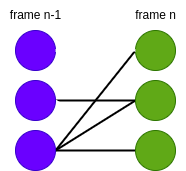
Earlier version of the draw.io export readmeFiles/graph.png (Krawus/SIwR-pedestrian-tracking). Source tidied: cells renumbered, new cells last; positions are measured from the earlier drawing's top-left corner, leaving out a move shared by most shapes.
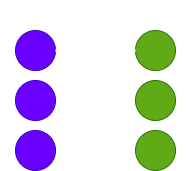
After the commit.

The edit, as a diff of the source:
```diff
@@ -14,7 +14,7 @@
     <mxCell id="5" style="rounded=0;jettySize=auto;html=1;exitX=1;exitY=0.5;exitDx=0;exitDy=0;entryX=0;entryY=0.5;entryDx=0;entryDy=0;strokeWidth=2;endArrow=none;endFill=0;strokeColor=#FFFFFF;" parent="1" edge="1" source="8" target="13">
       <mxGeometry relative="1" as="geometry" />
     </mxCell>
-    <mxCell id="6" style="rounded=0;jettySize=auto;html=1;entryX=0;entryY=0.5;entryDx=0;entryDy=0;strokeWidth=2;endArrow=none;endFill=0;" parent="1" edge="1" source="8" target="14">
+    <mxCell id="6" style="rounded=0;jettySize=auto;html=1;entryX=0;entryY=0.5;entryDx=0;entryDy=0;strokeWidth=2;endArrow=none;endFill=0;strokeColor=#FFFFFF;" parent="1" edge="1" source="8" target="14">
       <mxGeometry relative="1" as="geometry" />
     </mxCell>
     <mxCell id="7" style="rounded=0;jettySize=auto;html=1;entryX=0;entryY=0.5;entryDx=0;entryDy=0;strokeWidth=2;endArrow=none;endFill=0;exitX=1;exitY=0.5;exitDx=0;exitDy=0;strokeColor=#FFFFFF;" parent="1" edge="1" source="8" target="15">
@@ -23,13 +23,13 @@
     <mxCell id="8" style="ellipse;whiteSpace=wrap;html=1;fillColor=#6a00ff;fontColor=#ffffff;strokeColor=#3700CC;" parent="1" vertex="1">
       <mxGeometry x="15" y="80" width="40" height="40" as="geometry" />
     </mxCell>
-    <mxCell id="9" style="rounded=0;jettySize=auto;html=1;entryX=0;entryY=0.5;entryDx=0;entryDy=0;strokeWidth=2;endArrow=none;endFill=0;exitX=1;exitY=0.5;exitDx=0;exitDy=0;" parent="1" edge="1" source="12" target="13">
+    <mxCell id="9" style="rounded=0;jettySize=auto;html=1;entryX=0;entryY=0.5;entryDx=0;entryDy=0;strokeWidth=2;endArrow=none;endFill=0;exitX=1;exitY=0.5;exitDx=0;exitDy=0;strokeColor=#FFFFFF;" parent="1" edge="1" source="12" target="13">
       <mxGeometry relative="1" as="geometry" />
     </mxCell>
-    <mxCell id="10" style="rounded=0;jettySize=auto;html=1;entryX=0;entryY=0.5;entryDx=0;entryDy=0;strokeWidth=2;endArrow=none;endFill=0;exitX=1;exitY=0.5;exitDx=0;exitDy=0;" parent="1" edge="1" source="12" target="14">
+    <mxCell id="10" style="rounded=0;jettySize=auto;html=1;entryX=0;entryY=0.5;entryDx=0;entryDy=0;strokeWidth=2;endArrow=none;endFill=0;exitX=1;exitY=0.5;exitDx=0;exitDy=0;strokeColor=#FFFFFF;" parent="1" edge="1" source="12" target="14">
       <mxGeometry relative="1" as="geometry" />
     </mxCell>
-    <mxCell id="11" style="rounded=0;jettySize=auto;html=1;entryX=0;entryY=0.5;entryDx=0;entryDy=0;strokeWidth=2;endArrow=none;endFill=0;" parent="1" edge="1" source="12" target="15">
+    <mxCell id="11" style="rounded=0;jettySize=auto;html=1;entryX=0;entryY=0.5;entryDx=0;entryDy=0;strokeWidth=2;endArrow=none;endFill=0;strokeColor=#FFFFFF;" parent="1" edge="1" source="12" target="15">
       <mxGeometry relative="1" as="geometry" />
     </mxCell>
     <mxCell id="12" style="ellipse;whiteSpace=wrap;html=1;fillColor=#6a00ff;fontColor=#ffffff;strokeColor=#3700CC;" parent="1" vertex="1">
@@ -47,10 +47,10 @@
     <mxCell id="16" style="rounded=0;jettySize=auto;html=1;exitX=1;exitY=0.5;exitDx=0;exitDy=0;entryX=0;entryY=0.5;entryDx=0;entryDy=0;fillColor=#f9f7ed;strokeColor=#FFFFFF;strokeWidth=2;endArrow=none;endFill=0;" parent="1" edge="1" source="4" target="13">
       <mxGeometry relative="1" as="geometry" />
     </mxCell>
-    <mxCell id="17" value="frame n-1" style="text;html=1;align=center;verticalAlign=middle;strokeColor=none;fillColor=none;" parent="1" vertex="1">
+    <mxCell id="17" value="&lt;font color=&quot;#ffffff&quot;&gt;frame n-1&lt;/font&gt;" style="text;html=1;align=center;verticalAlign=middle;strokeColor=none;fillColor=none;" parent="1" vertex="1">
       <mxGeometry width="70" height="30" as="geometry" />
     </mxCell>
-    <mxCell id="18" value="frame n" style="text;html=1;align=center;verticalAlign=middle;strokeColor=none;fillColor=none;" parent="1" vertex="1">
+    <mxCell id="18" value="&lt;font color=&quot;#ffffff&quot;&gt;frame n&lt;/font&gt;" style="text;html=1;align=center;verticalAlign=middle;strokeColor=none;fillColor=none;" parent="1" vertex="1">
       <mxGeometry x="125" width="60" height="30" as="geometry" />
     </mxCell>
   </root>
```
